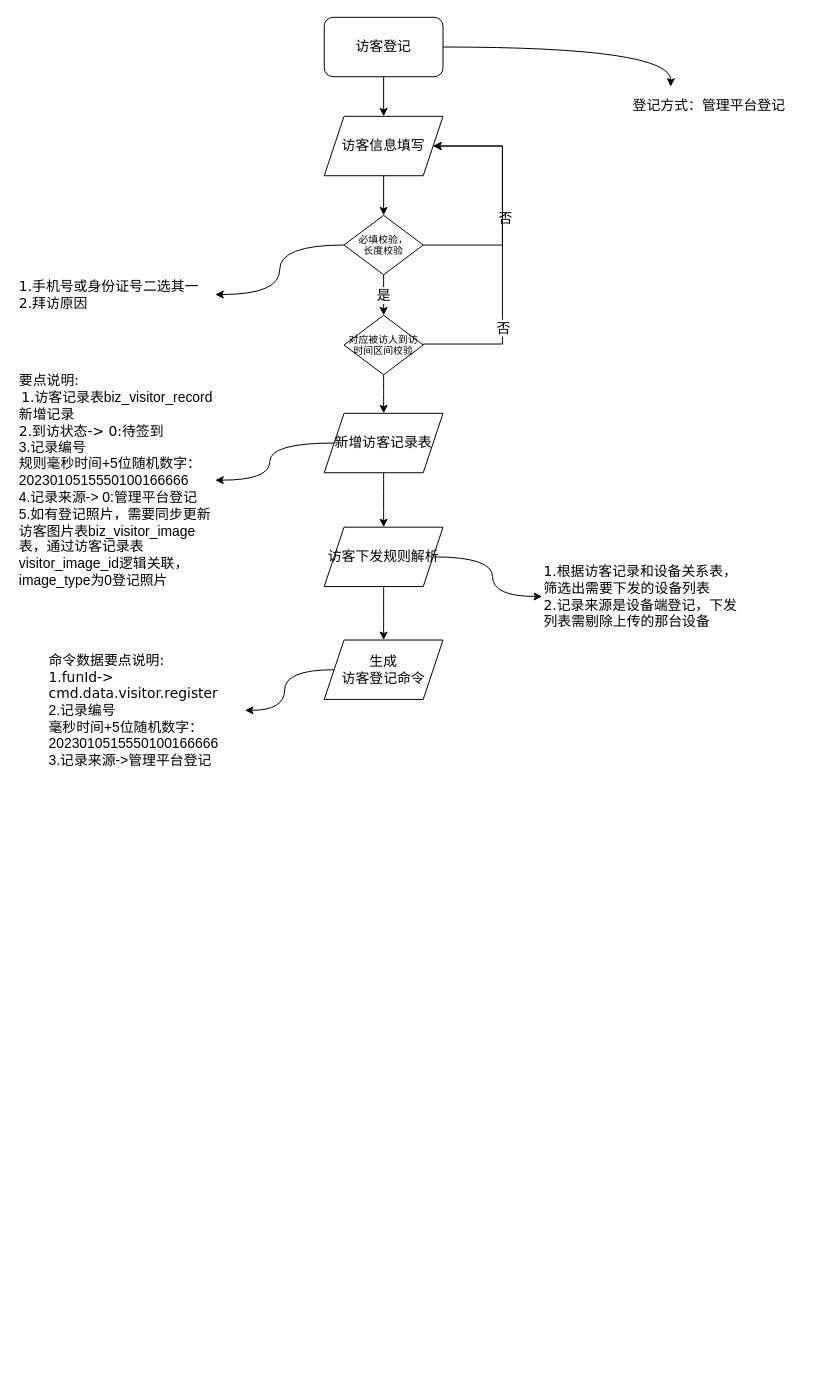
This is page "访客登记细化-管理平台登记" (2 of 10) of 访客迭代3.7.1-平台和小程序和设备交互流程.drawio from chwnjianhui/draw.io, a draw.io file, before an edit. Source tidied: cells renumbered, new cells numbered last; positions are measured from the earlier drawing's top-left corner, leaving out a move shared by most shapes. Both pictures are drawn from the tidied source at 99%, with x=0, y=0 at pixel (17, 17).
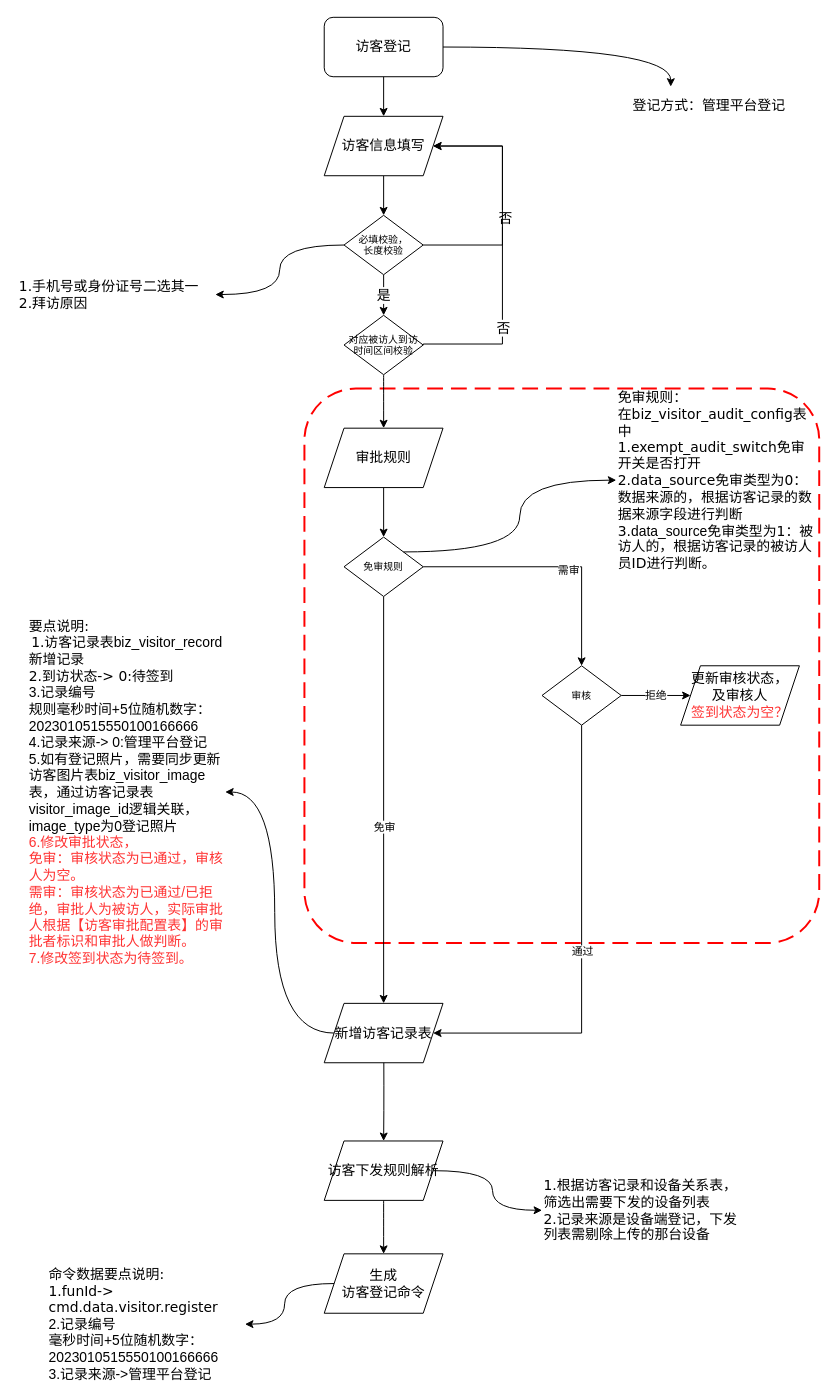
Above is the later version.

The change refers to these unchanged cells:
```xml
<mxCell id="15" value="对应被访人到访时间区间校验" style="rhombus;whiteSpace=wrap;html=1;rounded=0;shadow=0;labelBackgroundColor=none;strokeWidth=1;fontFamily=Verdana;fontSize=10;align=center;fillColor=#FFFFFF;" parent="1" vertex="1">
  <mxGeometry x="330" y="301" width="80" height="60" as="geometry" />
</mxCell>
```

Diff of the diagram source:
```diff
@@
+    <mxCell id="29" style="rounded=1;arcSize=10;dashed=1;strokeColor=#ff0000;fillColor=none;gradientColor=none;dashPattern=8 4;strokeWidth=2;" parent="1" vertex="1">
+      <mxGeometry x="290" y="375" width="520" height="560" as="geometry" />
+    </mxCell>
@@
-    <mxCell id="14" style="edgeStyle=orthogonalEdgeStyle;curved=1;rounded=0;jettySize=auto;html=1;fontSize=14;" parent="1" edge="1" source="15" target="19">
+    <mxCell id="14" style="edgeStyle=orthogonalEdgeStyle;curved=1;rounded=0;jettySize=auto;html=1;fontSize=14;entryX=0.5;entryY=0;entryDx=0;entryDy=0;" parent="1" edge="1" source="15" target="36">
       <mxGeometry relative="1" as="geometry" />
     </mxCell>
@@
-    <mxCell id="18" style="edgeStyle=orthogonalEdgeStyle;curved=1;rounded=0;jettySize=auto;html=1;fontSize=14;" parent="1" edge="1" source="19" target="23">
-      <mxGeometry relative="1" as="geometry" />
+    <mxCell id="18" style="edgeStyle=orthogonalEdgeStyle;curved=1;rounded=0;jettySize=auto;html=1;fontSize=14;" parent="1" edge="1" target="23">
+      <mxGeometry relative="1" as="geometry">
+        <mxPoint x="370" y="1025" as="sourcePoint" />
+      </mxGeometry>
     </mxCell>
     <mxCell id="19" value="新增访客记录表" style="shape=parallelogram;perimeter=parallelogramPerimeter;whiteSpace=wrap;html=1;fixedSize=1;fontSize=14;fillColor=#FFFFFF;" parent="1" vertex="1">
-      <mxGeometry x="310" y="400" width="120" height="60" as="geometry" />
+      <mxGeometry x="310" y="996" width="120" height="60" as="geometry" />
     </mxCell>
-    <mxCell id="20" value="&lt;font style=&quot;border-color: var(--border-color);&quot; face=&quot;Verdana&quot;&gt;要点说明:&lt;/font&gt;&lt;br style=&quot;border-color: var(--border-color);&quot;&gt;&lt;div style=&quot;border-color: var(--border-color); text-align: center;&quot;&gt;&lt;font style=&quot;border-color: var(--border-color); background-color: initial;&quot; face=&quot;Verdana&quot;&gt;1.&lt;/font&gt;&lt;span style=&quot;border-color: var(--border-color); background-color: initial;&quot;&gt;访客记录表biz_visitor_record&lt;/span&gt;&lt;/div&gt;&lt;span style=&quot;border-color: var(--border-color); text-align: center;&quot;&gt;新增记录&lt;/span&gt;&lt;font style=&quot;border-color: var(--border-color);&quot; face=&quot;Verdana&quot;&gt;&lt;br style=&quot;border-color: var(--border-color);&quot;&gt;2.到访状态-&amp;gt; 0:待签到&lt;br style=&quot;border-color: var(--border-color);&quot;&gt;&lt;/font&gt;3.记录编号&lt;br style=&quot;border-color: var(--border-color);&quot;&gt;规则毫秒时间+5位随机数字：2023010515550100166666&lt;br style=&quot;border-color: var(--border-color);&quot;&gt;4.记录来源-&amp;gt; 0:管理平台登记&lt;br style=&quot;border-color: var(--border-color);&quot;&gt;5.如有登记照片，需要同步更新访客图片表biz_visitor_image表，通过访客记录表visitor_image_id逻辑关联，image_type为0登记照片" style="text;html=1;strokeColor=none;fillColor=none;align=left;verticalAlign=middle;whiteSpace=wrap;rounded=0;fontSize=14;" parent="1" vertex="1">
-      <mxGeometry y="410" width="200" height="115" as="geometry" />
+    <mxCell id="20" value="&lt;font style=&quot;border-color: var(--border-color);&quot; face=&quot;Verdana&quot;&gt;要点说明:&lt;/font&gt;&lt;br style=&quot;border-color: var(--border-color);&quot;&gt;&lt;div style=&quot;border-color: var(--border-color); text-align: center;&quot;&gt;&lt;font style=&quot;border-color: var(--border-color); background-color: initial;&quot; face=&quot;Verdana&quot;&gt;1.&lt;/font&gt;&lt;span style=&quot;border-color: var(--border-color); background-color: initial;&quot;&gt;访客记录表biz_visitor_record&lt;/span&gt;&lt;/div&gt;&lt;span style=&quot;border-color: var(--border-color); text-align: center;&quot;&gt;新增记录&lt;/span&gt;&lt;font style=&quot;border-color: var(--border-color);&quot; face=&quot;Verdana&quot;&gt;&lt;br style=&quot;border-color: var(--border-color);&quot;&gt;2.到访状态-&amp;gt; 0:待签到&lt;br style=&quot;border-color: var(--border-color);&quot;&gt;&lt;/font&gt;3.记录编号&lt;br style=&quot;border-color: var(--border-color);&quot;&gt;规则毫秒时间+5位随机数字：2023010515550100166666&lt;br style=&quot;border-color: var(--border-color);&quot;&gt;4.记录来源-&amp;gt; 0:管理平台登记&lt;br style=&quot;border-color: var(--border-color);&quot;&gt;5.如有登记照片，需要同步更新访客图片表biz_visitor_image表，通过访客记录表visitor_image_id逻辑关联，image_type为0登记照片&lt;br&gt;&lt;font color=&quot;#ff3333&quot;&gt;6.修改审批状态，&lt;br&gt;免审：审核状态为已通过，审核人为空。&lt;br&gt;需审：审核状态为已通过/已拒绝，审批人为被访人，实际审批人根据【访客审批配置表】的审批者标识和审批人做判断。&lt;br&gt;7.修改签到状态为待签到。&lt;br&gt;&lt;/font&gt;" style="text;html=1;strokeColor=none;fillColor=none;align=left;verticalAlign=middle;whiteSpace=wrap;rounded=0;fontSize=14;" parent="1" vertex="1">
+      <mxGeometry x="10" y="725" width="200" height="115" as="geometry" />
     </mxCell>
@@
     <mxCell id="23" value="访客下发规则解析" style="shape=parallelogram;perimeter=parallelogramPerimeter;whiteSpace=wrap;html=1;fixedSize=1;fontSize=14;fillColor=#FFFFFF;" parent="1" vertex="1">
-      <mxGeometry x="310" y="515" width="120" height="60" as="geometry" />
+      <mxGeometry x="310" y="1135" width="120" height="60" as="geometry" />
     </mxCell>
@@
     <mxCell id="25" value="生成&lt;br&gt;访客登记命令" style="shape=parallelogram;perimeter=parallelogramPerimeter;whiteSpace=wrap;html=1;fixedSize=1;fontSize=14;fillColor=#FFFFFF;" parent="1" vertex="1">
-      <mxGeometry x="310" y="629" width="120" height="60" as="geometry" />
+      <mxGeometry x="310" y="1249" width="120" height="60" as="geometry" />
     </mxCell>
@@
     <mxCell id="27" value="&lt;font face=&quot;Verdana&quot;&gt;命令数据要点说明:&lt;/font&gt;&lt;br&gt;&lt;font face=&quot;Verdana&quot;&gt;1.funId-&amp;gt; cmd.data.visitor.register&lt;br&gt;&lt;/font&gt;2.记录编号&lt;br&gt;毫秒时间+5位随机数字：2023010515550100166666&lt;br&gt;3.记录来源-&amp;gt;管理平台登记" style="text;html=1;strokeColor=none;fillColor=none;align=left;verticalAlign=middle;whiteSpace=wrap;rounded=0;fontSize=14;" parent="1" vertex="1">
-      <mxGeometry x="30" y="645" width="200" height="110" as="geometry" />
+      <mxGeometry x="30" y="1265" width="200" height="110" as="geometry" />
     </mxCell>
     <mxCell id="28" value="&lt;span style=&quot;font-family: Verdana; font-size: 14px;&quot;&gt;1.根据访客记录和设备关系表，筛选出需要下发的设备列表&lt;br&gt;2.记录来源是设备端登记，下发列表需剔除上传的那台设备&lt;br style=&quot;font-size: 14px;&quot;&gt;&lt;/span&gt;" style="text;html=1;strokeColor=none;fillColor=none;align=left;verticalAlign=middle;whiteSpace=wrap;rounded=0;fontSize=14;" parent="1" vertex="1">
-      <mxGeometry x="530" y="565" width="200" height="40" as="geometry" />
+      <mxGeometry x="530" y="1185" width="200" height="40" as="geometry" />
     </mxCell>
+    <mxCell id="30" style="edgeStyle=orthogonalEdgeStyle;rounded=0;jettySize=auto;html=1;exitX=0.5;exitY=1;exitDx=0;exitDy=0;" parent="1" edge="1" source="34" target="19">
+      <mxGeometry relative="1" as="geometry" />
+    </mxCell>
+    <mxCell id="31" value="免审" style="edgeLabel;html=1;align=center;verticalAlign=middle;" parent="30" vertex="1">
+      <mxGeometry x="0.13" relative="1" as="geometry" />
+    </mxCell>
+    <mxCell id="32" style="edgeStyle=orthogonalEdgeStyle;rounded=0;jettySize=auto;html=1;exitX=1;exitY=0.5;exitDx=0;exitDy=0;" parent="1" edge="1" source="34">
+      <mxGeometry relative="1" as="geometry">
+        <mxPoint x="570" y="655" as="targetPoint" />
+        <Array as="points">
+          <mxPoint x="570" y="555" />
+        </Array>
+      </mxGeometry>
+    </mxCell>
+    <mxCell id="33" value="需审" style="edgeLabel;html=1;align=center;verticalAlign=middle;" parent="32" vertex="1">
+      <mxGeometry x="0.12" y="-3" relative="1" as="geometry" />
+    </mxCell>
+    <mxCell id="34" value="免审规则" style="rhombus;whiteSpace=wrap;html=1;rounded=0;shadow=0;labelBackgroundColor=none;strokeWidth=1;fontFamily=Verdana;fontSize=10;align=center;fillColor=#FFFFFF;" parent="1" vertex="1">
+      <mxGeometry x="330" y="525" width="80" height="60" as="geometry" />
+    </mxCell>
+    <mxCell id="35" style="edgeStyle=orthogonalEdgeStyle;rounded=0;jettySize=auto;html=1;exitX=0.5;exitY=1;exitDx=0;exitDy=0;entryX=0.5;entryY=0;entryDx=0;entryDy=0;" parent="1" edge="1" source="36" target="34">
+      <mxGeometry relative="1" as="geometry" />
+    </mxCell>
+    <mxCell id="36" value="审批规则" style="shape=parallelogram;perimeter=parallelogramPerimeter;whiteSpace=wrap;html=1;fixedSize=1;fontSize=14;fillColor=#FFFFFF;" parent="1" vertex="1">
+      <mxGeometry x="310" y="415" width="120" height="60" as="geometry" />
+    </mxCell>
+    <mxCell id="37" style="edgeStyle=orthogonalEdgeStyle;rounded=0;jettySize=auto;html=1;exitX=0.5;exitY=1;exitDx=0;exitDy=0;entryX=1;entryY=0.5;entryDx=0;entryDy=0;" parent="1" edge="1" source="40" target="19">
+      <mxGeometry relative="1" as="geometry">
+        <Array as="points">
+          <mxPoint x="570" y="1026" />
+        </Array>
+      </mxGeometry>
+    </mxCell>
+    <mxCell id="38" value="通过" style="edgeLabel;html=1;align=center;verticalAlign=middle;" parent="37" vertex="1">
+      <mxGeometry x="-0.01" relative="1" as="geometry" />
+    </mxCell>
+    <mxCell id="39" value="拒绝" style="edgeStyle=orthogonalEdgeStyle;rounded=0;jettySize=auto;html=1;exitX=1;exitY=0.5;exitDx=0;exitDy=0;entryX=0;entryY=0.5;entryDx=0;entryDy=0;" parent="1" edge="1" source="40" target="43">
+      <mxGeometry relative="1" as="geometry" />
+    </mxCell>
+    <mxCell id="40" value="审核" style="rhombus;whiteSpace=wrap;html=1;rounded=0;shadow=0;labelBackgroundColor=none;strokeWidth=1;fontFamily=Verdana;fontSize=10;align=center;fillColor=#FFFFFF;" parent="1" vertex="1">
+      <mxGeometry x="530" y="655" width="80" height="60" as="geometry" />
+    </mxCell>
+    <mxCell id="41" value="&lt;font face=&quot;Verdana&quot;&gt;免审规则：&lt;br&gt;在biz_visitor_audit_config表中&lt;br&gt;1.exempt_audit_switch免审开关是否打开&lt;br&gt;2.data_source免审类型为0：数据来源的，根据访客记录的数据来源字段进行判断&lt;br&gt;3.&lt;/font&gt;data_source&lt;span style=&quot;font-family: Verdana;&quot;&gt;免审类型为1：被访人的，根据访客记录的被访人员ID进行判断。&lt;/span&gt;&lt;font face=&quot;Verdana&quot;&gt;&lt;br&gt;&lt;/font&gt;" style="text;html=1;strokeColor=none;fillColor=none;align=left;verticalAlign=middle;whiteSpace=wrap;rounded=0;fontSize=14;" parent="1" vertex="1">
+      <mxGeometry x="605" y="410" width="200" height="115" as="geometry" />
+    </mxCell>
+    <mxCell id="42" style="edgeStyle=orthogonalEdgeStyle;curved=1;rounded=0;jettySize=auto;html=1;exitX=1;exitY=0;exitDx=0;exitDy=0;fontSize=14;entryX=0;entryY=0.5;entryDx=0;entryDy=0;" parent="1" edge="1" source="34" target="41">
+      <mxGeometry relative="1" as="geometry" />
+    </mxCell>
+    <mxCell id="43" value="更新审核状态，&lt;br&gt;及审核人&lt;br&gt;&lt;font color=&quot;#ff3333&quot;&gt;签到状态为空？&lt;/font&gt;" style="shape=parallelogram;perimeter=parallelogramPerimeter;whiteSpace=wrap;html=1;fixedSize=1;fontSize=14;fillColor=#FFFFFF;" parent="1" vertex="1">
+      <mxGeometry x="670" y="655" width="120" height="60" as="geometry" />
+    </mxCell>
```
